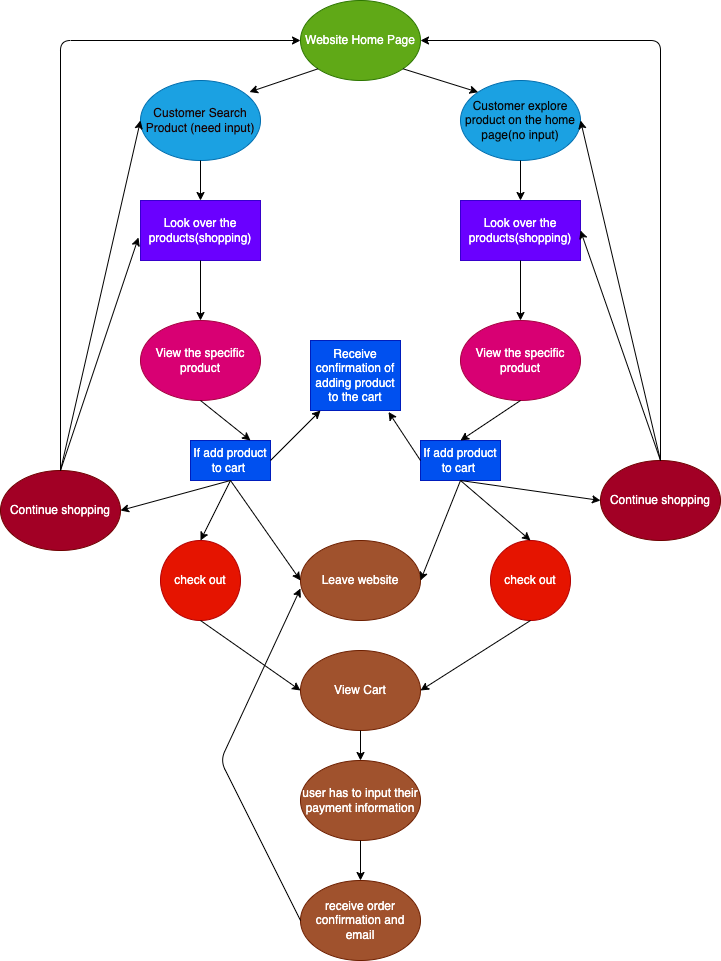
The draw.io diagram explore/diagramming/diagram.drawio.png in AstroWang0306/fa22-cse110-lab4, before a commit. Source tidied: cells renumbered, new cells last; positions are measured from the earlier drawing's top-left corner, leaving out a move shared by most shapes.
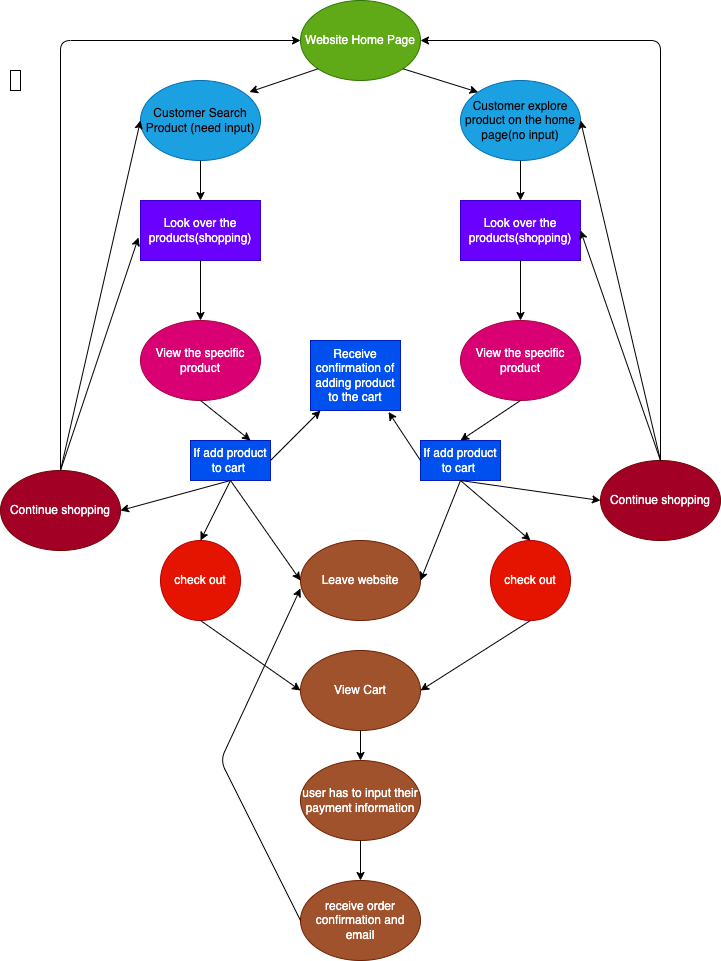
The same diagram one commit later.

Change to the diagram source:
```diff
@@ -164,5 +164,8 @@
         <mxPoint x="660" y="460" as="sourcePoint" />
       </mxGeometry>
     </mxCell>
+    <mxCell id="47" style="rounded=0;whiteSpace=wrap;html=1;" parent="1" vertex="1">
+      <mxGeometry x="10" y="70" width="10" height="20" as="geometry" />
+    </mxCell>
   </root>
 </mxGraphModel>
```
